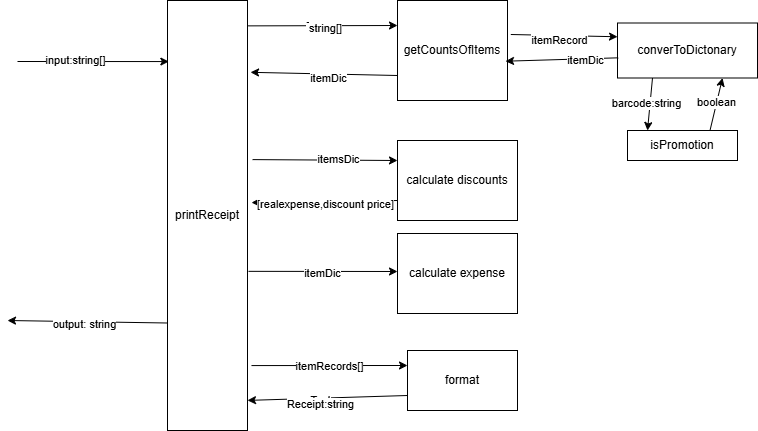
Earlier version of the draw.io export pos-machine.drawio.png (ITteam00/pos-machine). Source tidied: cells renumbered, new cells last; positions are measured from the earlier drawing's top-left corner, leaving out a move shared by most shapes.
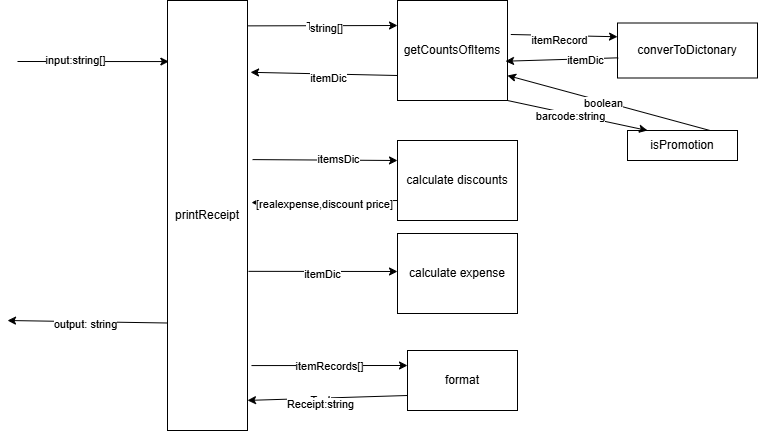
After the change.

Diff of the diagram source:
```diff
@@ -111,9 +111,8 @@
     <mxCell id="35" value="isPromotion" style="text;strokeColor=default;align=center;fillColor=none;html=1;verticalAlign=middle;whiteSpace=wrap;rounded=0;" parent="1" vertex="1">
       <mxGeometry x="620" y="130" width="110" height="30" as="geometry" />
     </mxCell>
-    <mxCell id="36" style="endArrow=classic;html=1;rounded=0;exitX=0.5;exitY=1;exitDx=0;exitDy=0;entryX=0.5;entryY=0;entryDx=0;entryDy=0;" parent="1" edge="1">
+    <mxCell id="36" style="endArrow=classic;html=1;rounded=0;exitX=1;exitY=1;exitDx=0;exitDy=0;entryX=0.5;entryY=0;entryDx=0;entryDy=0;" parent="1" edge="1" source="7">
       <mxGeometry relative="1" as="geometry">
-        <mxPoint x="645" y="77.5" as="sourcePoint" />
         <mxPoint x="640" y="130" as="targetPoint" />
       </mxGeometry>
     </mxCell>
@@ -122,7 +121,7 @@
         <mxPoint x="-3" as="offset" />
       </mxGeometry>
     </mxCell>
-    <mxCell id="38" style="endArrow=classic;html=1;rounded=0;exitX=0.75;exitY=0;exitDx=0;exitDy=0;entryX=0.75;entryY=1;entryDx=0;entryDy=0;" parent="1" edge="1" source="35" target="27">
+    <mxCell id="38" style="endArrow=classic;html=1;rounded=0;exitX=0.75;exitY=0;exitDx=0;exitDy=0;entryX=1;entryY=0.75;entryDx=0;entryDy=0;" parent="1" edge="1" source="35" target="7">
       <mxGeometry relative="1" as="geometry" />
     </mxCell>
     <mxCell id="39" value="boolean" style="edgeLabel;html=1;align=center;verticalAlign=middle;" parent="38" vertex="1">
```
